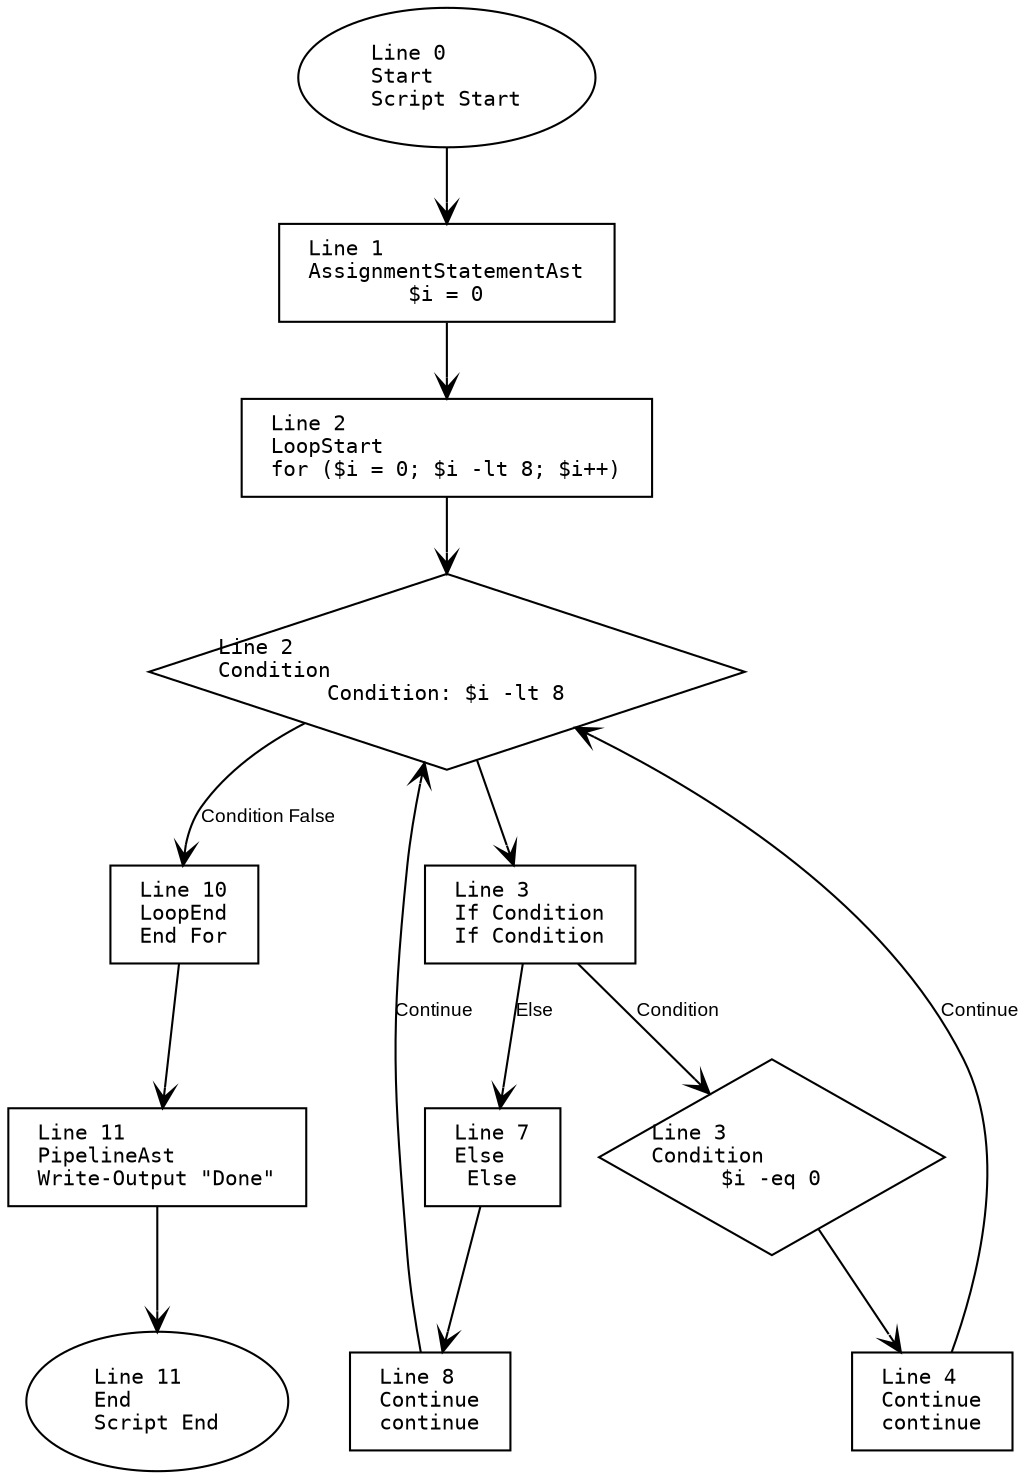
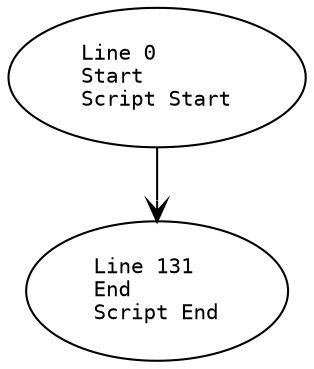
digraph G {
    rankdir=TB;
    node [
        fontname="Consolas"
        shape=box
        width=0
        height=0
        margin="0.2,0.1"
        fontsize=10
    ];
    edge [fontname="Arial", arrowhead=vee, fontsize=9];

    // Nodes
    1 [label="Line 0\lStart\lScript Start", shape=oval];
-     2 [label="Line 11\lEnd\lScript End", shape=oval];
-     3 [label="Line 1\lAssignmentStatementAst\l$i = 0", shape=box];
-     4 [label="Line 2\lLoopStart\lfor ($i = 0; $i -lt 8; $i++)", shape=box];
-     5 [label="Line 2\lCondition\lCondition: $i -lt 8", shape=diamond];
-     6 [label="Line 10\lLoopEnd\lEnd For", shape=box];
-     7 [label="Line 3\lIf Condition\lIf Condition", shape=box];
-     8 [label="Line 3\lCondition\l$i -eq 0", shape=diamond];
-     9 [label="Line 4\lContinue\lcontinue", shape=box];
-     10 [label="Line 7\lElse\lElse", shape=box];
-     11 [label="Line 8\lContinue\lcontinue", shape=box];
-     12 [label="Line 11\lPipelineAst\lWrite-Output \"Done\"", shape=box];
+     2 [label="Line 131\lEnd\lScript End", shape=oval];

    // Edges
-     1 -> 3;
-     3 -> 4;
-     4 -> 5;
-     5 -> 7;
-     7 -> 8 [label="Condition"];
-     8 -> 9;
-     9 -> 5 [label="Continue"];
-     7 -> 10 [label="Else"];
-     10 -> 11;
-     11 -> 5 [label="Continue"];
-     5 -> 6 [label="Condition False"];
-     6 -> 12;
-     12 -> 2;
+     1 -> 2;
}